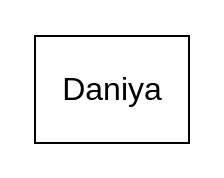
Above: Capstone.drawio in DaniyaYelemessova/Capstone-Brainstorming (draw.io), before the change. Source tidied: cells renumbered, new cells numbered last; positions are measured from the earlier drawing's top-left corner, leaving out a move shared by most shapes. Both pictures are drawn from the tidied source at 200%, with x=0, y=0 at pixel (34, 34).
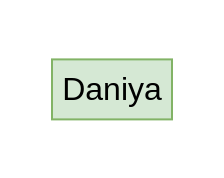
After the change.

Diff of the diagram source:
```diff
@@
 <mxGraphModel>
   <root>
     <mxCell id="0" />
     <mxCell id="1" parent="0" />
-    <mxCell id="2" style="rounded=0;whiteSpace=wrap;html=1;fontSize=16;" parent="1" vertex="1">
-      <mxGeometry y="0.5" width="77" height="53.5" as="geometry" />
-    </mxCell>
-    <mxCell id="3" value="Daniya" style="text;strokeColor=none;fillColor=none;html=1;align=center;verticalAlign=middle;whiteSpace=wrap;rounded=0;fontSize=16;" parent="1" vertex="1">
+    <mxCell id="3" value="Daniya" style="text;strokeColor=#82b366;fillColor=#d5e8d4;html=1;align=center;verticalAlign=middle;whiteSpace=wrap;rounded=0;fontSize=16;" parent="1" vertex="1">
       <mxGeometry x="8.5" y="12.2" width="60" height="30" as="geometry" />
     </mxCell>
   </root>
 </mxGraphModel>
```
